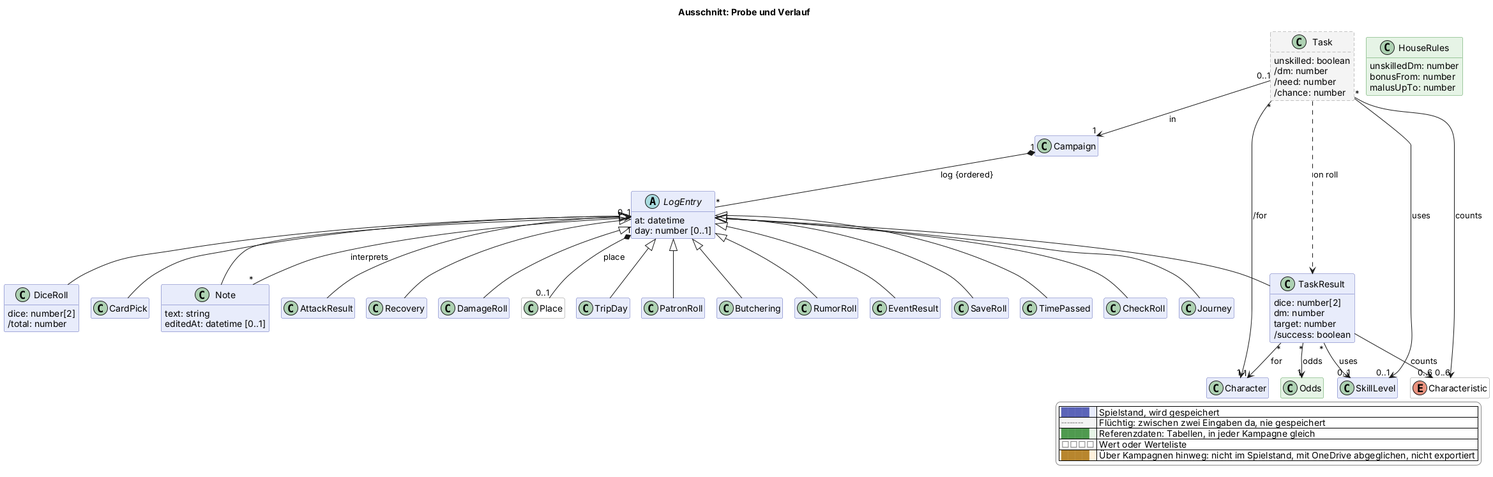
This is docs/views/probe.png from scuzzar/SRE, a PlantUML export, as it was before one commit.
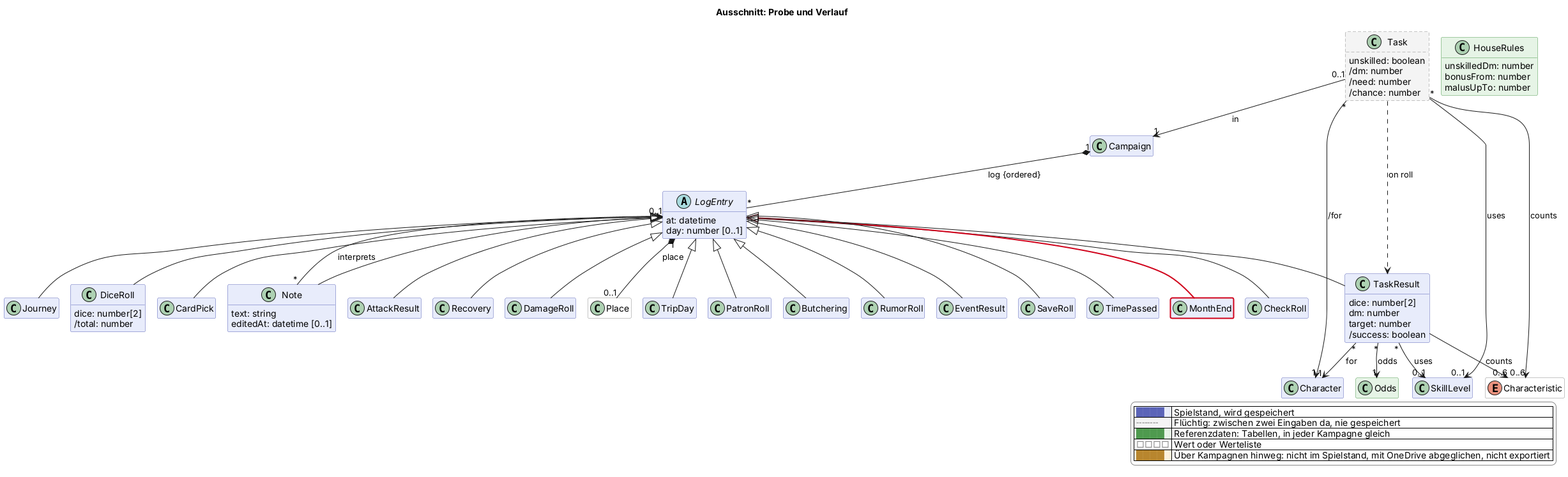
The same file after the commit.

The edit, as a diff of the source:
```diff
@@ -96,6 +96,7 @@
   class SaveRoll $begegnung
 
   class TimePassed $reise
+  class MonthEnd $reise $newClass("2026-11-17b")
   class CheckRoll $reise
   class Journey $reise
 
@@ -131,6 +132,7 @@
 LogEntry <|-- TimePassed
 LogEntry <|-- CheckRoll
 LogEntry <|-- Journey
+LogEntry <|-$newArrow("2026-11-17b")- MonthEnd
 
 
 
```
